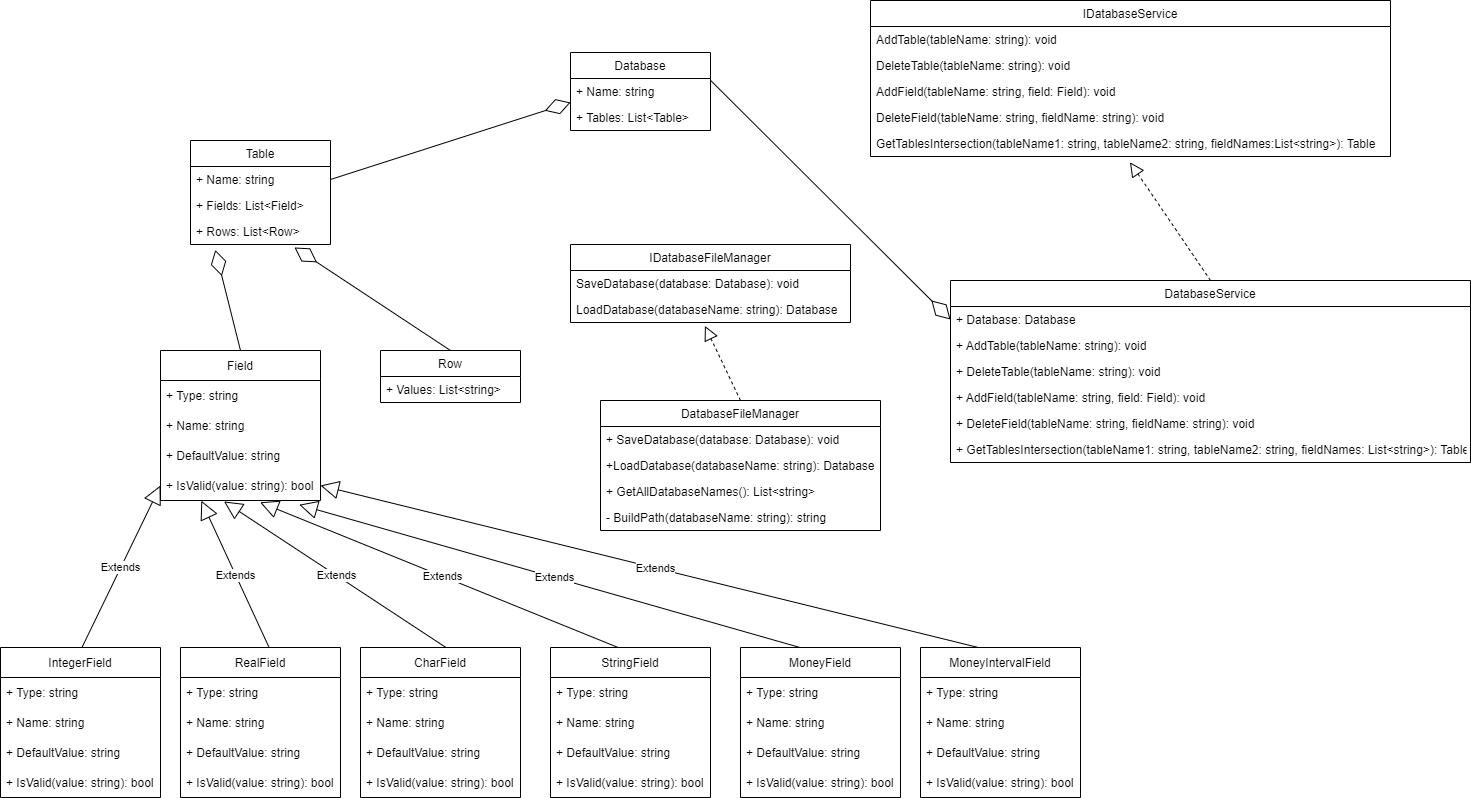
Before: img/ClassDiagram1.png, a diagram exported from draw.io (Serhii-beep/DatabaseManagementSystem). Source tidied: cells renumbered, new cells last; positions are measured from the earlier drawing's top-left corner, leaving out a move shared by most shapes.
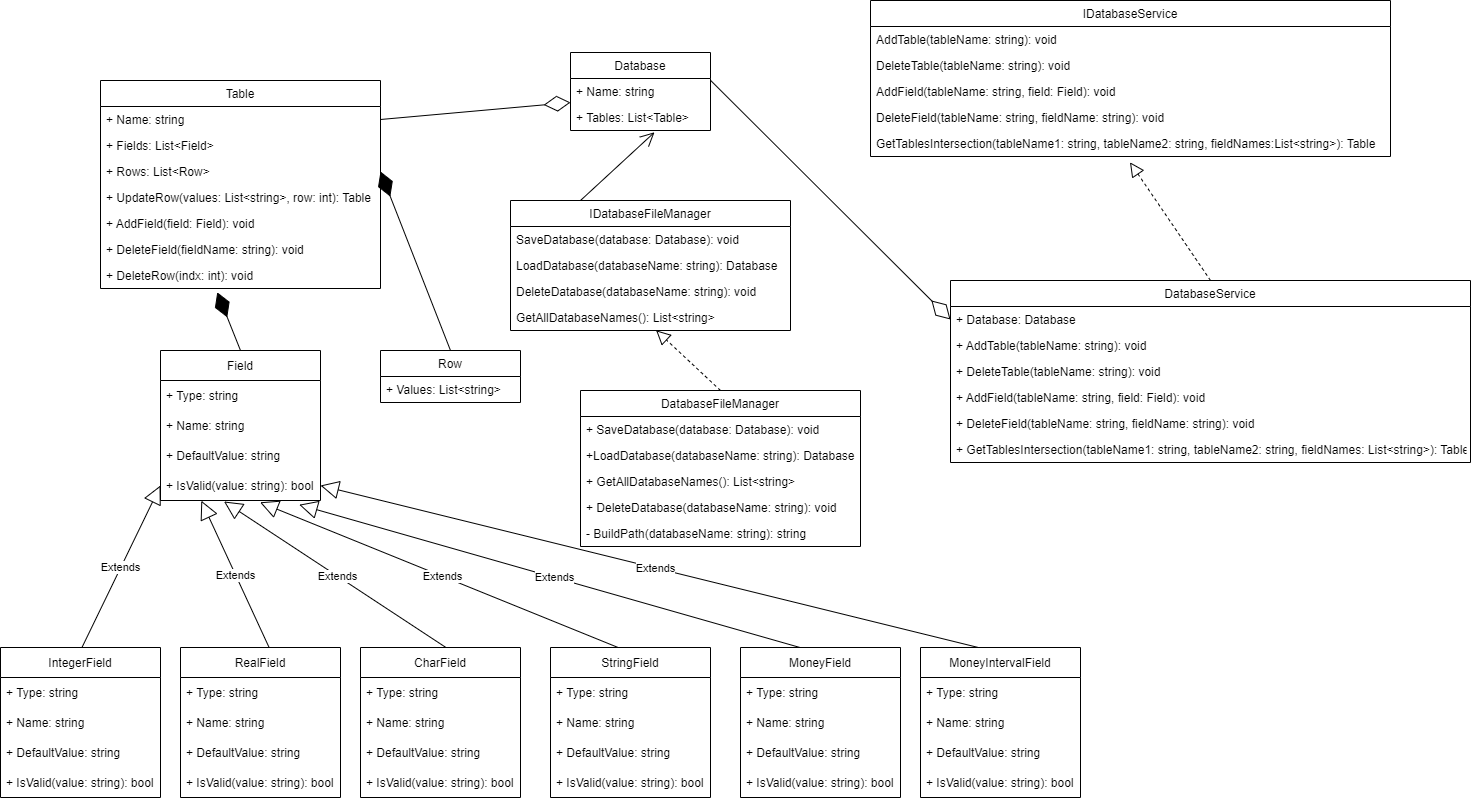
The same file after the commit.

Diff of the diagram source:
```diff
@@ -54,17 +54,29 @@
       <mxGeometry y="26" width="140" height="26" as="geometry" />
     </mxCell>
     <mxCell id="15" value="Table" style="swimlane;fontStyle=0;horizontal=1;startSize=26;fillColor=none;" parent="1" vertex="1">
-      <mxGeometry x="190" y="140" width="140" height="104" as="geometry" />
+      <mxGeometry x="100" y="80" width="280" height="208" as="geometry" />
     </mxCell>
     <mxCell id="16" value="+ Name: string" style="text;strokeColor=none;fillColor=none;align=left;verticalAlign=top;spacingLeft=4;spacingRight=4;overflow=hidden;points=[[0,0.5],[1,0.5]];portConstraint=eastwest;" parent="15" vertex="1">
-      <mxGeometry y="26" width="140" height="26" as="geometry" />
+      <mxGeometry y="26" width="280" height="26" as="geometry" />
     </mxCell>
     <mxCell id="17" value="+ Fields: List&lt;Field&gt;" style="text;strokeColor=none;fillColor=none;align=left;verticalAlign=top;spacingLeft=4;spacingRight=4;overflow=hidden;" parent="15" vertex="1">
-      <mxGeometry y="52" width="140" height="26" as="geometry" />
+      <mxGeometry y="52" width="280" height="26" as="geometry" />
     </mxCell>
     <mxCell id="18" value="+ Rows: List&lt;Row&gt;" style="text;strokeColor=none;fillColor=none;align=left;verticalAlign=top;spacingLeft=4;spacingRight=4;overflow=hidden;points=[[0,0.5],[1,0.5]];portConstraint=eastwest;" parent="15" vertex="1">
-      <mxGeometry y="78" width="140" height="26" as="geometry" />
+      <mxGeometry y="78" width="280" height="26" as="geometry" />
     </mxCell>
+    <mxCell id="79" value="+ UpdateRow(values: List&lt;string&gt;, row: int): Table" style="text;strokeColor=none;fillColor=none;align=left;verticalAlign=top;spacingLeft=4;spacingRight=4;overflow=hidden;" parent="15" vertex="1">
+      <mxGeometry y="104" width="280" height="26" as="geometry" />
+    </mxCell>
+    <mxCell id="80" value="+ AddField(field: Field): void" style="text;strokeColor=none;fillColor=none;align=left;verticalAlign=top;spacingLeft=4;spacingRight=4;overflow=hidden;" parent="15" vertex="1">
+      <mxGeometry y="130" width="280" height="26" as="geometry" />
+    </mxCell>
+    <mxCell id="81" value="+ DeleteField(fieldName: string): void" style="text;strokeColor=none;fillColor=none;align=left;verticalAlign=top;spacingLeft=4;spacingRight=4;overflow=hidden;" parent="15" vertex="1">
+      <mxGeometry y="156" width="280" height="26" as="geometry" />
+    </mxCell>
+    <mxCell id="82" value="+ DeleteRow(indx: int): void" style="text;strokeColor=none;fillColor=none;align=left;verticalAlign=top;spacingLeft=4;spacingRight=4;overflow=hidden;points=[[0,0.5],[1,0.5]];portConstraint=eastwest;" parent="15" vertex="1">
+      <mxGeometry y="182" width="280" height="26" as="geometry" />
+    </mxCell>
     <mxCell id="19" value="Database" style="swimlane;fontStyle=0;horizontal=1;startSize=26;fillColor=none;" parent="1" vertex="1">
       <mxGeometry x="570" y="52" width="140" height="78" as="geometry" />
     </mxCell>
@@ -74,17 +86,11 @@
     <mxCell id="21" value="+ Tables: List&lt;Table&gt;" style="text;strokeColor=none;fillColor=none;align=left;verticalAlign=top;spacingLeft=4;spacingRight=4;overflow=hidden;points=[[0,0.5],[1,0.5]];portConstraint=eastwest;" parent="19" vertex="1">
       <mxGeometry y="52" width="140" height="26" as="geometry" />
     </mxCell>
-    <mxCell id="22" style="endArrow=diamondThin;endFill=0;endSize=24;html=1;rounded=0;entryX=0.177;entryY=1.208;entryDx=0;entryDy=0;entryPerimeter=0;exitX=0.5;exitY=0;exitDx=0;exitDy=0;" parent="1" edge="1" source="2" target="18">
-      <mxGeometry relative="1" as="geometry" />
-    </mxCell>
-    <mxCell id="23" style="endArrow=diamondThin;endFill=0;endSize=24;html=1;rounded=0;entryX=0.743;entryY=1.115;entryDx=0;entryDy=0;entryPerimeter=0;exitX=0.5;exitY=0;exitDx=0;exitDy=0;" parent="1" edge="1" source="13" target="18">
-      <mxGeometry relative="1" as="geometry" />
-    </mxCell>
     <mxCell id="24" style="endArrow=diamondThin;endFill=0;endSize=24;html=1;rounded=0;entryX=0;entryY=0.923;entryDx=0;entryDy=0;exitX=1;exitY=0.5;exitDx=0;exitDy=0;entryPerimeter=0;" parent="1" edge="1" source="16" target="20">
       <mxGeometry relative="1" as="geometry" />
     </mxCell>
     <mxCell id="25" value="IDatabaseFileManager" style="swimlane;fontStyle=0;horizontal=1;startSize=26;fillColor=none;" parent="1" vertex="1">
-      <mxGeometry x="570" y="244" width="280" height="78" as="geometry" />
+      <mxGeometry x="510" y="200" width="280" height="130" as="geometry" />
     </mxCell>
     <mxCell id="26" value="SaveDatabase(database: Database): void" style="text;strokeColor=none;fillColor=none;align=left;verticalAlign=top;spacingLeft=4;spacingRight=4;overflow=hidden;" parent="25" vertex="1">
       <mxGeometry y="26" width="280" height="26" as="geometry" />
@@ -92,11 +98,17 @@
     <mxCell id="27" value="LoadDatabase(databaseName: string): Database" style="text;strokeColor=none;fillColor=none;align=left;verticalAlign=top;spacingLeft=4;spacingRight=4;overflow=hidden;points=[[0,0.5],[1,0.5]];portConstraint=eastwest;" parent="25" vertex="1">
       <mxGeometry y="52" width="280" height="26" as="geometry" />
     </mxCell>
+    <mxCell id="83" value="DeleteDatabase(databaseName: string): void" style="text;strokeColor=none;fillColor=none;align=left;verticalAlign=top;spacingLeft=4;spacingRight=4;overflow=hidden;" parent="25" vertex="1">
+      <mxGeometry y="78" width="280" height="26" as="geometry" />
+    </mxCell>
+    <mxCell id="84" value="GetAllDatabaseNames(): List&lt;string&gt;" style="text;strokeColor=none;fillColor=none;align=left;verticalAlign=top;spacingLeft=4;spacingRight=4;overflow=hidden;points=[[0,0.5],[1,0.5]];portConstraint=eastwest;" parent="25" vertex="1">
+      <mxGeometry y="104" width="280" height="26" as="geometry" />
+    </mxCell>
-    <mxCell id="28" style="endArrow=block;dashed=1;endFill=0;endSize=12;html=1;rounded=0;entryX=0.48;entryY=1.131;entryDx=0;entryDy=0;entryPerimeter=0;exitX=0.5;exitY=0;exitDx=0;exitDy=0;" parent="1" edge="1" source="29" target="27">
+    <mxCell id="28" style="endArrow=block;dashed=1;endFill=0;endSize=12;html=1;rounded=0;exitX=0.5;exitY=0;exitDx=0;exitDy=0;entryX=0.52;entryY=0.992;entryDx=0;entryDy=0;entryPerimeter=0;" parent="1" edge="1" source="29" target="84">
       <mxGeometry relative="1" as="geometry" />
     </mxCell>
     <mxCell id="29" value="DatabaseFileManager" style="swimlane;fontStyle=0;horizontal=1;startSize=26;fillColor=none;" parent="1" vertex="1">
-      <mxGeometry x="600" y="400" width="280" height="130" as="geometry" />
+      <mxGeometry x="580" y="390" width="280" height="156" as="geometry" />
     </mxCell>
     <mxCell id="30" value="+ SaveDatabase(database: Database): void" style="text;strokeColor=none;fillColor=none;align=left;verticalAlign=top;spacingLeft=4;spacingRight=4;overflow=hidden;" parent="29" vertex="1">
       <mxGeometry y="26" width="280" height="26" as="geometry" />
@@ -107,8 +119,11 @@
     <mxCell id="32" value="+ GetAllDatabaseNames(): List&lt;string&gt;" style="text;strokeColor=none;fillColor=none;align=left;verticalAlign=top;spacingLeft=4;spacingRight=4;overflow=hidden;" parent="29" vertex="1">
       <mxGeometry y="78" width="280" height="26" as="geometry" />
     </mxCell>
+    <mxCell id="85" value="+ DeleteDatabase(databaseName: string): void" style="text;strokeColor=none;fillColor=none;align=left;verticalAlign=top;spacingLeft=4;spacingRight=4;overflow=hidden;" parent="29" vertex="1">
+      <mxGeometry y="104" width="280" height="26" as="geometry" />
+    </mxCell>
     <mxCell id="33" value="- BuildPath(databaseName: string): string" style="text;strokeColor=none;fillColor=none;align=left;verticalAlign=top;spacingLeft=4;spacingRight=4;overflow=hidden;" parent="29" vertex="1">
-      <mxGeometry y="104" width="280" height="26" as="geometry" />
+      <mxGeometry y="130" width="280" height="26" as="geometry" />
     </mxCell>
     <mxCell id="34" value="IDatabaseService" style="swimlane;fontStyle=0;horizontal=1;startSize=26;fillColor=none;" parent="1" vertex="1">
       <mxGeometry x="870" width="520" height="156" as="geometry" />
@@ -245,5 +260,14 @@
     <mxCell id="78" value="+ IsValid(value: string): bool" style="text;strokeColor=none;fillColor=none;align=left;verticalAlign=middle;spacingLeft=4;spacingRight=4;overflow=hidden;" parent="74" vertex="1">
       <mxGeometry y="120" width="160" height="30" as="geometry" />
     </mxCell>
+    <mxCell id="23" style="endArrow=diamondThin;endFill=1;endSize=24;html=1;rounded=0;entryX=1;entryY=0.5;entryDx=0;entryDy=0;exitX=0.5;exitY=0;exitDx=0;exitDy=0;" parent="1" edge="1" source="13" target="18">
+      <mxGeometry relative="1" as="geometry" />
+    </mxCell>
+    <mxCell id="86" style="endArrow=diamondThin;endFill=1;endSize=24;html=1;rounded=0;exitX=0.5;exitY=0;exitDx=0;exitDy=0;entryX=0.417;entryY=1.146;entryDx=0;entryDy=0;entryPerimeter=0;" parent="1" edge="1" source="2" target="82">
+      <mxGeometry relative="1" as="geometry" />
+    </mxCell>
+    <mxCell id="87" style="endArrow=open;endFill=1;endSize=12;html=1;rounded=0;entryX=0.6;entryY=1.069;entryDx=0;entryDy=0;entryPerimeter=0;exitX=0.25;exitY=0;exitDx=0;exitDy=0;" parent="1" edge="1" source="25" target="21">
+      <mxGeometry relative="1" as="geometry" />
+    </mxCell>
   </root>
 </mxGraphModel>
```
